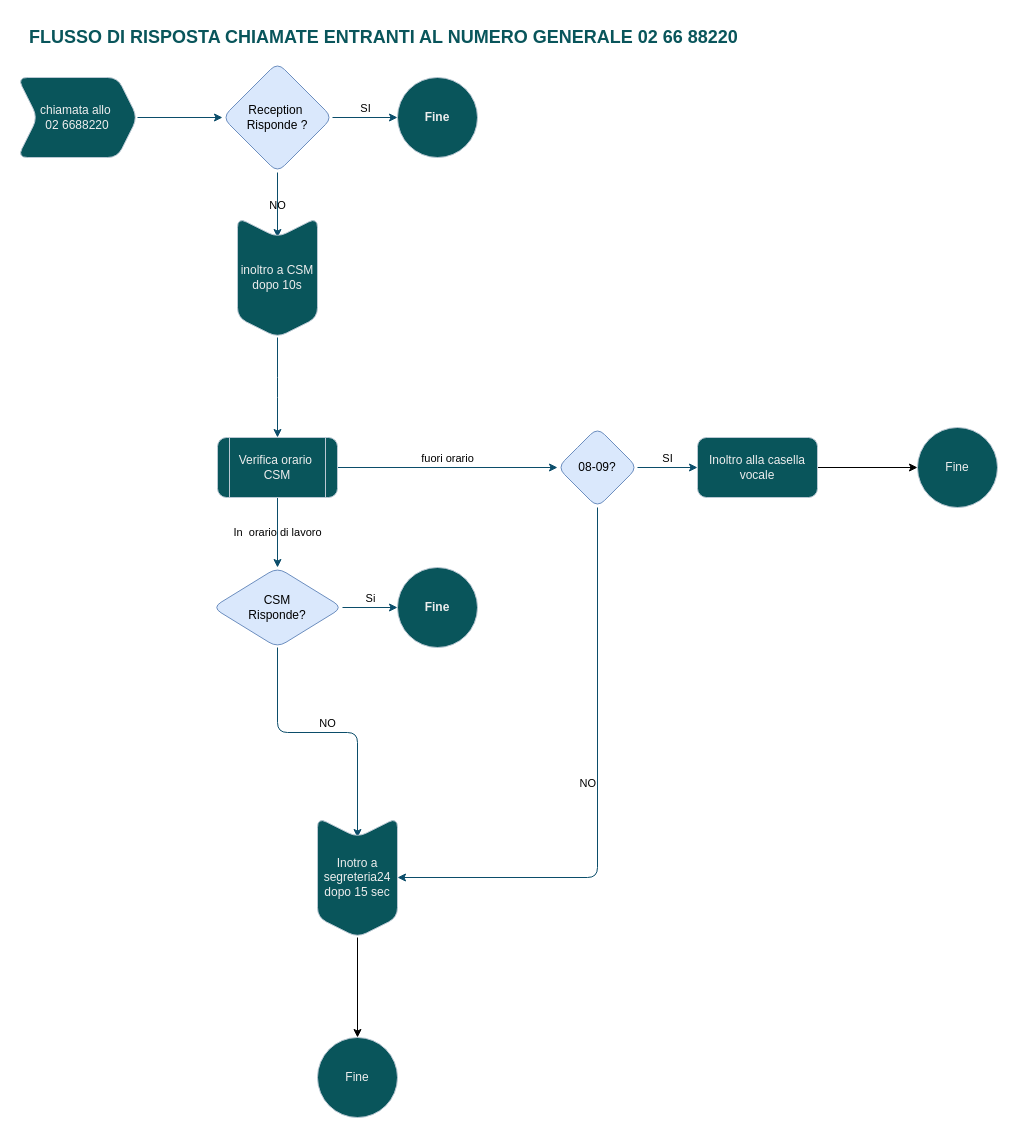
Before: page "GeneralNumber" (1 of 2) of Flusso Telefonia KI.drawio in EugeMere/diagrams, a draw.io diagram. Source tidied: cells renumbered, new cells numbered last; positions are measured from the earlier drawing's top-left corner, leaving out a move shared by most shapes. Both pictures are drawn from the tidied source at 100%, with x=0, y=0 at pixel (17, 17).
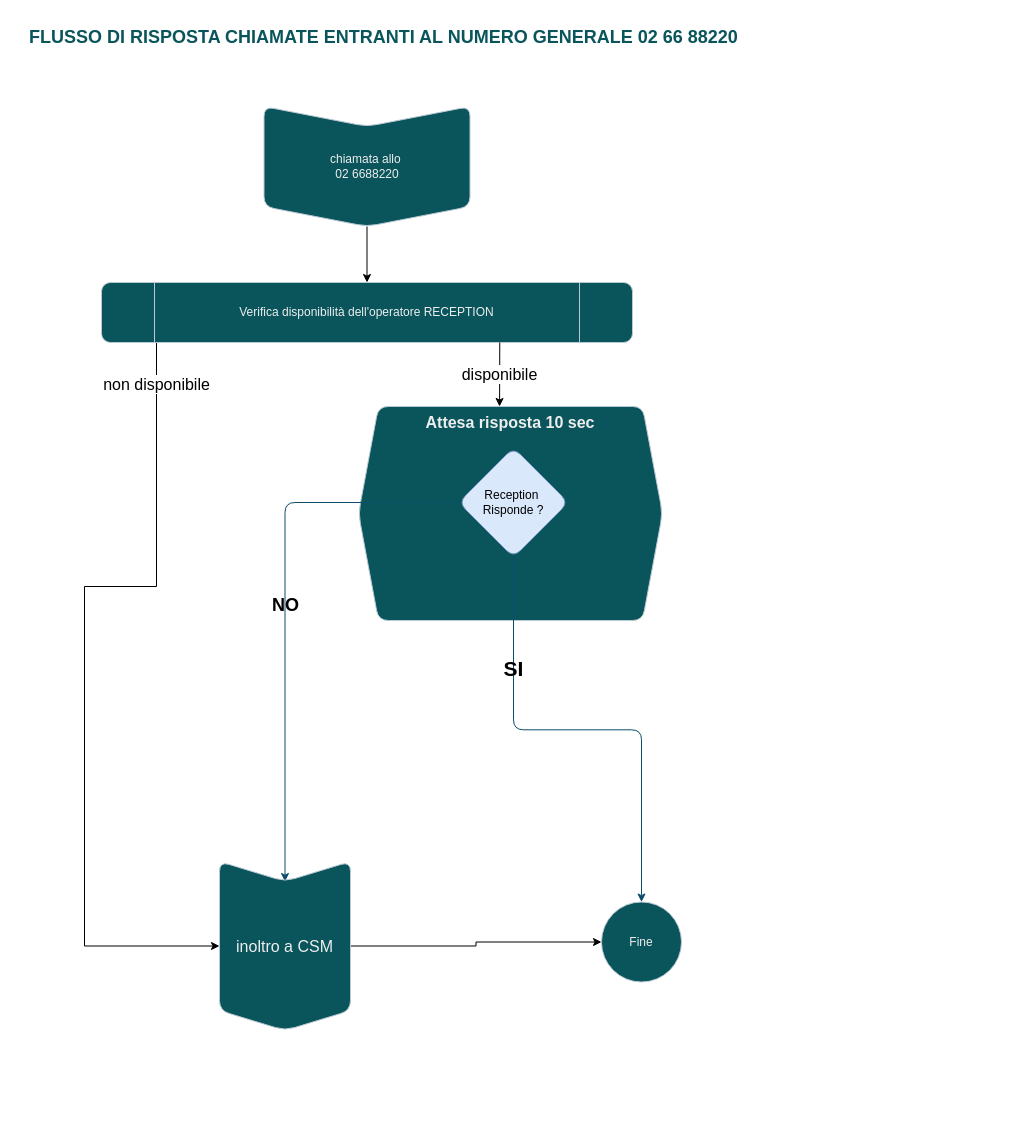
After the change.

Diff of the diagram source:
```diff
@@
-    <mxCell id="2" style="edgeStyle=orthogonalEdgeStyle;rounded=1;jettySize=auto;html=1;labelBackgroundColor=none;strokeColor=#0B4D6A;fontColor=default;" parent="1" edge="1" source="3" target="6">
-      <mxGeometry relative="1" as="geometry" />
-    </mxCell>
+    <mxCell id="27" value="Attesa risposta 10 sec" style="shape=hexagon;perimeter=hexagonPerimeter2;whiteSpace=wrap;html=1;fixedSize=1;fillColor=#09555B;strokeColor=#BAC8D3;fontColor=#EEEEEE;rounded=1;labelBackgroundColor=none;verticalAlign=top;fontSize=16;fontStyle=1;" parent="1" vertex="1">
+      <mxGeometry x="341" y="389" width="304" height="214" as="geometry" />
+    </mxCell>
+    <mxCell id="28" style="edgeStyle=orthogonalEdgeStyle;rounded=0;jettySize=auto;html=1;" parent="1" edge="1" source="3" target="32">
+      <mxGeometry relative="1" as="geometry" />
+    </mxCell>
-    <mxCell id="3" value="chiamata allo&amp;nbsp;&lt;br&gt;02 6688220" style="shape=step;perimeter=stepPerimeter;whiteSpace=wrap;html=1;fixedSize=1;rounded=1;labelBackgroundColor=none;fillColor=#09555B;strokeColor=#BAC8D3;fontColor=#EEEEEE;" parent="1" vertex="1">
-      <mxGeometry y="60" width="120" height="80" as="geometry" />
+    <mxCell id="3" value="chiamata allo&amp;nbsp;&lt;br&gt;02 6688220" style="shape=step;perimeter=stepPerimeter;whiteSpace=wrap;html=1;fixedSize=1;rounded=1;labelBackgroundColor=none;fillColor=#09555B;strokeColor=#BAC8D3;fontColor=#EEEEEE;rotation=90;horizontal=0;" parent="1" vertex="1">
+      <mxGeometry x="289.5" y="46" width="120" height="206" as="geometry" />
     </mxCell>
-    <mxCell id="4" value="SI" style="edgeStyle=orthogonalEdgeStyle;rounded=1;jettySize=auto;html=1;labelBackgroundColor=none;strokeColor=#0B4D6A;fontColor=default;verticalAlign=bottom;fontSize=11;" parent="1" edge="1" source="6" target="7">
-      <mxGeometry relative="1" as="geometry" />
-    </mxCell>
-    <mxCell id="5" value="NO" style="edgeStyle=orthogonalEdgeStyle;rounded=1;jettySize=auto;html=1;labelBackgroundColor=none;strokeColor=#0B4D6A;fontColor=default;" parent="1" edge="1" source="6" target="9">
+    <mxCell id="5" value="NO" style="edgeStyle=orthogonalEdgeStyle;rounded=1;jettySize=auto;html=1;labelBackgroundColor=none;strokeColor=#0B4D6A;fontColor=default;fontSize=18;fontStyle=1;" parent="1" edge="1" source="6" target="9">
       <mxGeometry relative="1" as="geometry" />
     </mxCell>
+    <mxCell id="29" value="SI" style="edgeStyle=orthogonalEdgeStyle;rounded=1;jettySize=auto;html=1;exitX=0.5;exitY=1;exitDx=0;exitDy=0;labelBackgroundColor=none;strokeColor=#0B4D6A;fontSize=21;fontStyle=1;" parent="1" edge="1" source="6" target="25">
+      <mxGeometry x="-0.53" relative="1" as="geometry" />
+    </mxCell>
     <mxCell id="6" value="Reception&amp;nbsp;&lt;br&gt;Risponde ?" style="rhombus;whiteSpace=wrap;html=1;rounded=1;labelBackgroundColor=none;fillColor=#dae8fc;strokeColor=#6c8ebf;" parent="1" vertex="1">
-      <mxGeometry x="205" y="45" width="110" height="110" as="geometry" />
+      <mxGeometry x="441" y="430" width="110" height="110" as="geometry" />
     </mxCell>
-    <mxCell id="7" value="Fine" style="ellipse;whiteSpace=wrap;html=1;fillColor=#09555B;strokeColor=#BAC8D3;fontStyle=1;labelBackgroundColor=none;labelBorderColor=none;rounded=1;fontColor=#EEEEEE;" parent="1" vertex="1">
-      <mxGeometry x="380" y="60" width="80" height="80" as="geometry" />
-    </mxCell>
-    <mxCell id="8" style="edgeStyle=orthogonalEdgeStyle;rounded=1;jettySize=auto;html=1;labelBackgroundColor=none;strokeColor=#0B4D6A;fontColor=default;" parent="1" edge="1" source="9">
-      <mxGeometry relative="1" as="geometry">
-        <mxPoint x="260" y="420" as="targetPoint" />
-      </mxGeometry>
-    </mxCell>
+    <mxCell id="30" style="edgeStyle=orthogonalEdgeStyle;rounded=0;jettySize=auto;html=1;" parent="1" edge="1" source="9" target="25">
+      <mxGeometry relative="1" as="geometry" />
+    </mxCell>
-    <mxCell id="9" value="inoltro a CSM&lt;br&gt;dopo 10s" style="shape=step;perimeter=stepPerimeter;whiteSpace=wrap;html=1;fixedSize=1;direction=south;rounded=1;labelBackgroundColor=none;fillColor=#09555B;strokeColor=#BAC8D3;fontColor=#EEEEEE;" parent="1" vertex="1">
-      <mxGeometry x="220" y="200" width="80" height="120" as="geometry" />
+    <mxCell id="9" value="inoltro a CSM" style="shape=step;perimeter=stepPerimeter;whiteSpace=wrap;html=1;fixedSize=1;direction=south;rounded=1;labelBackgroundColor=none;fillColor=#09555B;strokeColor=#BAC8D3;fontColor=#EEEEEE;fontSize=16;" parent="1" vertex="1">
+      <mxGeometry x="202" y="844" width="131" height="169" as="geometry" />
     </mxCell>
-    <mxCell id="10" value="In&amp;nbsp; orario di lavoro" style="edgeStyle=orthogonalEdgeStyle;rounded=1;jettySize=auto;html=1;labelBackgroundColor=none;strokeColor=#0B4D6A;fontColor=default;" parent="1" edge="1" source="12" target="15">
-      <mxGeometry relative="1" as="geometry" />
-    </mxCell>
-    <mxCell id="11" value="fuori orario" style="edgeStyle=orthogonalEdgeStyle;rounded=1;jettySize=auto;html=1;labelBackgroundColor=none;strokeColor=#0B4D6A;fontColor=default;verticalAlign=bottom;" parent="1" edge="1" source="12" target="21">
-      <mxGeometry relative="1" as="geometry" />
-    </mxCell>
-    <mxCell id="12" value="Verifica orario&amp;nbsp;&lt;br&gt;CSM" style="shape=process;whiteSpace=wrap;html=1;backgroundOutline=1;rounded=1;labelBackgroundColor=none;fillColor=#09555B;strokeColor=#BAC8D3;fontColor=#EEEEEE;" parent="1" vertex="1">
-      <mxGeometry x="200" y="420" width="120" height="60" as="geometry" />
-    </mxCell>
-    <mxCell id="13" value="Si" style="edgeStyle=orthogonalEdgeStyle;rounded=1;jettySize=auto;html=1;labelBackgroundColor=none;strokeColor=#0B4D6A;fontColor=default;verticalAlign=bottom;" parent="1" edge="1" source="15" target="16">
-      <mxGeometry relative="1" as="geometry" />
-    </mxCell>
-    <mxCell id="14" value="NO" style="edgeStyle=orthogonalEdgeStyle;rounded=1;jettySize=auto;html=1;labelBackgroundColor=none;strokeColor=#0B4D6A;fontColor=default;verticalAlign=bottom;" parent="1" edge="1" source="15" target="18">
-      <mxGeometry relative="1" as="geometry" />
-    </mxCell>
-    <mxCell id="15" value="CSM&lt;br&gt;Risponde?" style="rhombus;whiteSpace=wrap;html=1;rounded=1;labelBackgroundColor=none;fillColor=#dae8fc;strokeColor=#6c8ebf;" parent="1" vertex="1">
-      <mxGeometry x="195" y="550" width="130" height="80" as="geometry" />
-    </mxCell>
-    <mxCell id="16" value="Fine" style="ellipse;whiteSpace=wrap;html=1;fillColor=#09555B;strokeColor=#BAC8D3;fontStyle=1;rounded=1;labelBackgroundColor=none;fontColor=#EEEEEE;" parent="1" vertex="1">
-      <mxGeometry x="380" y="550" width="80" height="80" as="geometry" />
-    </mxCell>
-    <mxCell id="17" style="edgeStyle=orthogonalEdgeStyle;rounded=1;jettySize=auto;html=1;" parent="1" edge="1" source="18" target="25">
-      <mxGeometry relative="1" as="geometry" />
-    </mxCell>
-    <mxCell id="18" value="Inotro a segreteria24&lt;br&gt;dopo 15 sec" style="shape=step;perimeter=stepPerimeter;whiteSpace=wrap;html=1;fixedSize=1;direction=south;rounded=1;labelBackgroundColor=none;fillColor=#09555B;strokeColor=#BAC8D3;fontColor=#EEEEEE;" parent="1" vertex="1">
-      <mxGeometry x="300" y="800" width="80" height="120" as="geometry" />
-    </mxCell>
-    <mxCell id="19" value="NO" style="edgeStyle=orthogonalEdgeStyle;rounded=1;jettySize=auto;html=1;exitX=0.5;exitY=1;exitDx=0;exitDy=0;entryX=0.5;entryY=0;entryDx=0;entryDy=0;labelBackgroundColor=none;strokeColor=#0B4D6A;fontColor=default;verticalAlign=bottom;align=right;horizontal=1;" parent="1" edge="1" source="21" target="18">
-      <mxGeometry relative="1" as="geometry" />
-    </mxCell>
-    <mxCell id="20" value="SI" style="edgeStyle=orthogonalEdgeStyle;rounded=1;jettySize=auto;html=1;labelBackgroundColor=none;strokeColor=#0B4D6A;fontColor=default;verticalAlign=bottom;" parent="1" edge="1" source="21" target="23">
-      <mxGeometry relative="1" as="geometry" />
-    </mxCell>
-    <mxCell id="21" value="08-09?" style="rhombus;whiteSpace=wrap;html=1;rounded=1;labelBackgroundColor=none;fillColor=#dae8fc;strokeColor=#6c8ebf;" parent="1" vertex="1">
-      <mxGeometry x="540" y="410" width="80" height="80" as="geometry" />
-    </mxCell>
-    <mxCell id="22" style="edgeStyle=orthogonalEdgeStyle;rounded=1;jettySize=auto;html=1;" parent="1" edge="1" source="23" target="24">
-      <mxGeometry relative="1" as="geometry" />
-    </mxCell>
-    <mxCell id="23" value="Inoltro alla casella vocale" style="whiteSpace=wrap;html=1;rounded=1;labelBackgroundColor=none;fillColor=#09555B;strokeColor=#BAC8D3;fontColor=#EEEEEE;" parent="1" vertex="1">
-      <mxGeometry x="680" y="420" width="120" height="60" as="geometry" />
-    </mxCell>
-    <mxCell id="24" value="Fine" style="ellipse;whiteSpace=wrap;html=1;fillColor=#09555B;strokeColor=#BAC8D3;fontColor=#EEEEEE;rounded=1;labelBackgroundColor=none;" parent="1" vertex="1">
-      <mxGeometry x="900" y="410" width="80" height="80" as="geometry" />
-    </mxCell>
     <mxCell id="25" value="Fine" style="ellipse;whiteSpace=wrap;html=1;fillColor=#09555B;strokeColor=#BAC8D3;fontColor=#EEEEEE;rounded=1;labelBackgroundColor=none;" parent="1" vertex="1">
-      <mxGeometry x="300" y="1020" width="80" height="80" as="geometry" />
+      <mxGeometry x="584" y="884.5" width="80" height="80" as="geometry" />
     </mxCell>
@@
+    <mxCell id="31" value="non disponibile" style="edgeStyle=orthogonalEdgeStyle;rounded=0;jettySize=auto;html=1;exitX=0.25;exitY=1;exitDx=0;exitDy=0;fontSize=16;entryX=0.5;entryY=1;entryDx=0;entryDy=0;" parent="1" edge="1" source="32" target="9">
+      <mxGeometry x="-0.73" relative="1" as="geometry">
+        <Array as="points">
+          <mxPoint x="139" y="325" />
+          <mxPoint x="139" y="569" />
+          <mxPoint x="67" y="569" />
+          <mxPoint x="67" y="929" />
+        </Array>
+      </mxGeometry>
+    </mxCell>
+    <mxCell id="32" value="Verifica disponibilità dell'operatore RECEPTION" style="shape=process;whiteSpace=wrap;html=1;backgroundOutline=1;fillColor=#09555B;strokeColor=#BAC8D3;fontColor=#EEEEEE;rounded=1;labelBackgroundColor=none;" parent="1" vertex="1">
+      <mxGeometry x="84" y="265" width="531" height="60" as="geometry" />
+    </mxCell>
+    <mxCell id="33" value="disponibile" style="edgeStyle=orthogonalEdgeStyle;rounded=0;jettySize=auto;html=1;exitX=0.75;exitY=1;exitDx=0;exitDy=0;entryX=0.464;entryY=0;entryDx=0;entryDy=0;entryPerimeter=0;fontSize=16;" parent="1" edge="1" source="32" target="27">
+      <mxGeometry x="-0.01" relative="1" as="geometry" />
+    </mxCell>
```
